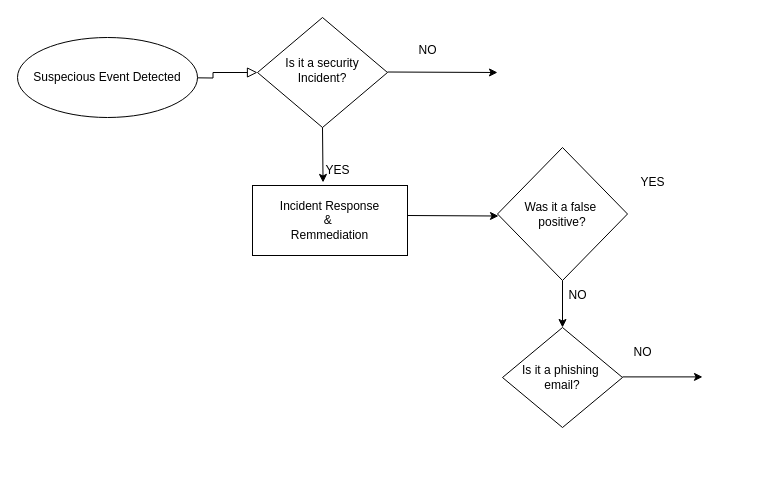
Above: Untitled Diagram.drawio in Harvey-Sijenyi/Incident-Response-Plan (draw.io), before the change. Source tidied: cells renumbered, new cells numbered last; positions are measured from the earlier drawing's top-left corner, leaving out a move shared by most shapes. Both pictures are drawn from the tidied source at 100%, with x=0, y=0 at pixel (17, 17).
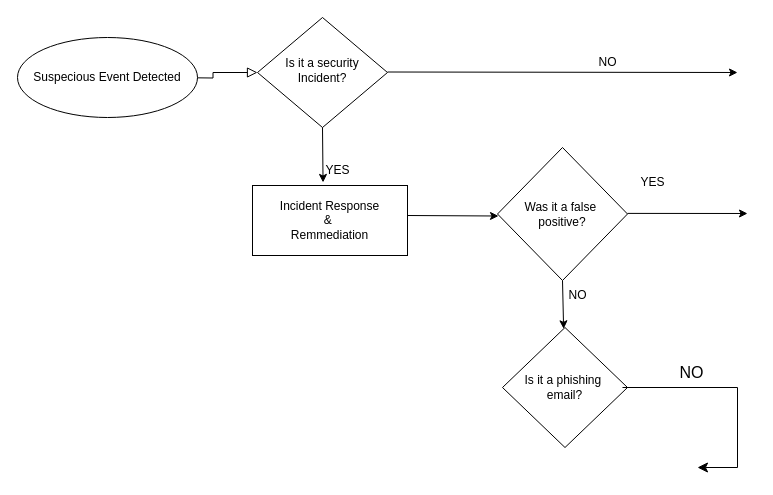
Above is the later version.

What changed in the source:
```diff
@@
     <mxCell id="5" style="endArrow=classic;html=1;rounded=0;" parent="1" edge="1">
       <mxGeometry relative="1" as="geometry">
         <mxPoint x="370" y="54.5" as="sourcePoint" />
-        <mxPoint x="480" y="55" as="targetPoint" />
+        <mxPoint x="720" y="55" as="targetPoint" />
       </mxGeometry>
     </mxCell>
@@
     <mxCell id="8" value="NO" style="text;html=1;align=center;verticalAlign=middle;strokeColor=none;fillColor=none;" parent="1" vertex="1">
-      <mxGeometry x="390" y="18" width="40" height="30" as="geometry" />
+      <mxGeometry x="570" y="30" width="40" height="30" as="geometry" />
     </mxCell>
@@
     <mxCell id="15" value="Is it a phishing&amp;nbsp;&lt;div&gt;email?&lt;/div&gt;" style="rhombus;whiteSpace=wrap;html=1;" parent="1" vertex="1">
-      <mxGeometry x="485" y="310" width="120" height="100" as="geometry" />
+      <mxGeometry x="485" y="310" width="125" height="120" as="geometry" />
     </mxCell>
-    <mxCell id="16" style="endArrow=classic;html=1;rounded=0;" parent="1" edge="1">
-      <mxGeometry relative="1" as="geometry">
-        <mxPoint x="605" y="359.4" as="sourcePoint" />
-        <mxPoint x="685" y="359.4" as="targetPoint" />
-      </mxGeometry>
-    </mxCell>
+    <mxCell id="18" style="endArrow=classic;html=1;rounded=0;" parent="1" edge="1">
+      <mxGeometry relative="1" as="geometry">
+        <mxPoint x="610" y="195.9" as="sourcePoint" />
+        <mxPoint x="730" y="196" as="targetPoint" />
+      </mxGeometry>
+    </mxCell>
+    <mxCell id="19" style="edgeStyle=elbowEdgeStyle;elbow=horizontal;endArrow=classic;html=1;curved=0;rounded=0;endSize=8;startSize=8;fontSize=12;" parent="1" edge="1">
+      <mxGeometry relative="1" as="geometry">
+        <mxPoint x="605" y="370" as="sourcePoint" />
+        <mxPoint x="680" y="450" as="targetPoint" />
+        <Array as="points">
+          <mxPoint x="720" y="410" />
+        </Array>
+      </mxGeometry>
+    </mxCell>
-    <mxCell id="17" value="NO" style="text;html=1;align=center;verticalAlign=middle;strokeColor=none;fillColor=none;" parent="1" vertex="1">
-      <mxGeometry x="605" y="320" width="40" height="30" as="geometry" />
+    <mxCell id="17" value="NO" style="text;html=1;align=center;verticalAlign=middle;strokeColor=none;fillColor=none;fontSize=16;" parent="1" vertex="1">
+      <mxGeometry x="649" y="340" width="50" height="30" as="geometry" />
     </mxCell>
```
